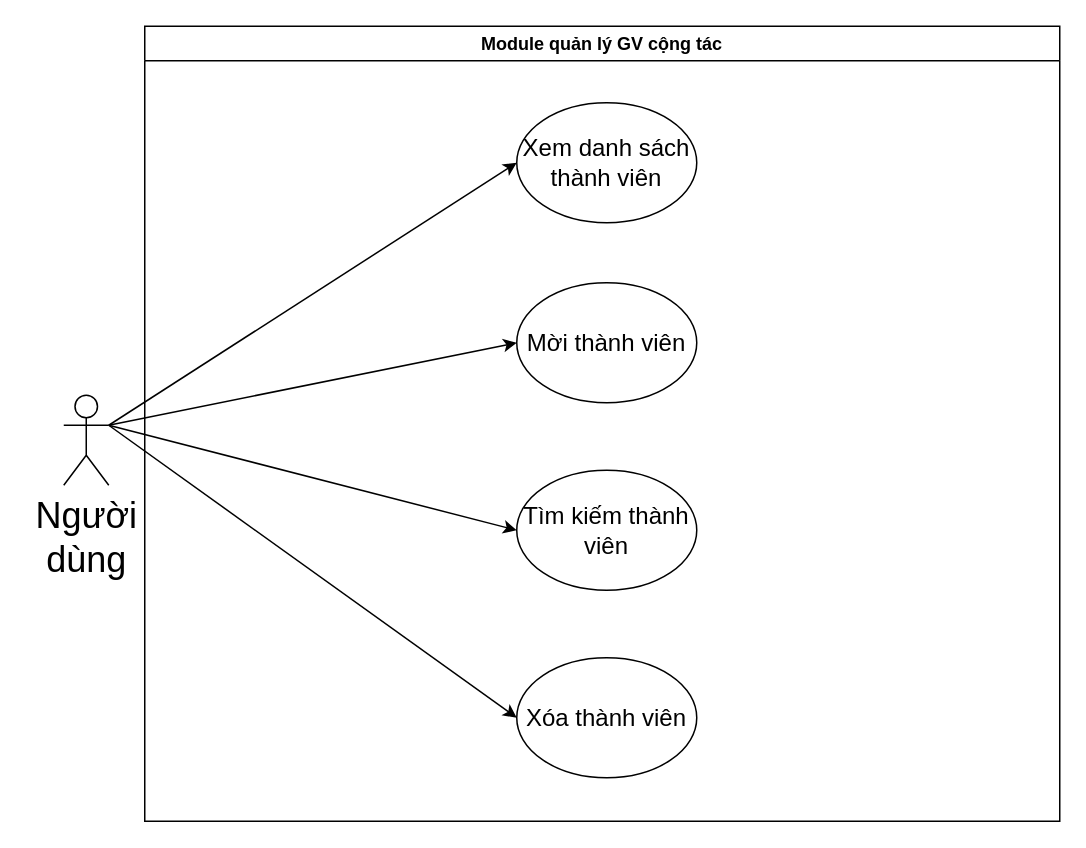
This is page "GV cộng tác" (1 of 6) of Hình/usecasediagram.drawio from VDT1805/ChallengeCreator, a draw.io file, before an edit. Source tidied: cells renumbered, new cells numbered last; positions are measured from the earlier drawing's top-left corner, leaving out a move shared by most shapes. Both pictures are drawn from the tidied source at 150%, with x=0, y=0 at pixel (63, 26).
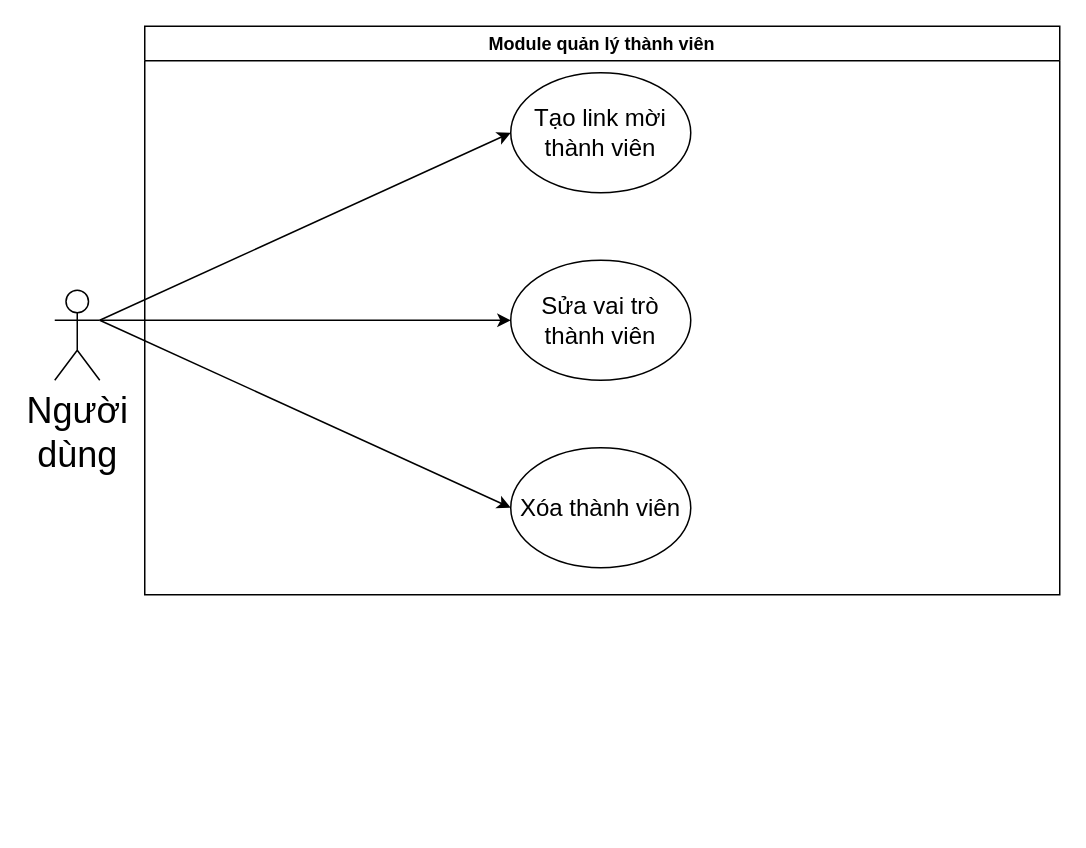
The same diagram, later.

Change to the diagram source:
```diff
@@
 <mxGraphModel>
   <root>
     <mxCell id="0" />
     <mxCell id="1" parent="0" />
-    <mxCell id="2" value="Module quản lý GV cộng tác" style="swimlane;whiteSpace=wrap;html=1;startSize=23;" parent="1" vertex="1">
-      <mxGeometry x="54" width="610" height="530" as="geometry" />
+    <mxCell id="2" value="Module quản lý thành viên" style="swimlane;whiteSpace=wrap;html=1;startSize=23;" parent="1" vertex="1">
+      <mxGeometry x="54" width="610" height="379" as="geometry" />
     </mxCell>
-    <mxCell id="3" value="Mời thành viên" style="ellipse;whiteSpace=wrap;html=1;fontSize=16;" parent="2" vertex="1">
-      <mxGeometry x="248" y="171" width="120" height="80" as="geometry" />
+    <mxCell id="3" value="Tạo link mời thành viên" style="ellipse;whiteSpace=wrap;html=1;fontSize=16;" parent="2" vertex="1">
+      <mxGeometry x="244" y="31" width="120" height="80" as="geometry" />
     </mxCell>
-    <mxCell id="4" value="Xem danh sách thành viên" style="ellipse;whiteSpace=wrap;html=1;fontSize=16;" parent="2" vertex="1">
-      <mxGeometry x="248" y="51" width="120" height="80" as="geometry" />
-    </mxCell>
     <mxCell id="5" value="Xóa thành viên" style="ellipse;whiteSpace=wrap;html=1;fontSize=16;" parent="2" vertex="1">
-      <mxGeometry x="248" y="421" width="120" height="80" as="geometry" />
+      <mxGeometry x="244" y="281" width="120" height="80" as="geometry" />
     </mxCell>
-    <mxCell id="6" value="Tìm kiếm thành viên" style="ellipse;whiteSpace=wrap;html=1;fontSize=16;" parent="2" vertex="1">
-      <mxGeometry x="248" y="296" width="120" height="80" as="geometry" />
+    <mxCell id="6" value="Sửa vai trò thành viên" style="ellipse;whiteSpace=wrap;html=1;fontSize=16;" parent="2" vertex="1">
+      <mxGeometry x="244" y="156" width="120" height="80" as="geometry" />
     </mxCell>
-    <mxCell id="7" style="edgeStyle=none;html=1;exitX=1;exitY=0.3333333333333333;exitDx=0;exitDy=0;exitPerimeter=0;entryX=0;entryY=0.5;entryDx=0;entryDy=0;" parent="1" edge="1" source="11" target="4">
-      <mxGeometry relative="1" as="geometry" />
-    </mxCell>
     <mxCell id="8" style="edgeStyle=none;html=1;exitX=1;exitY=0.3333333333333333;exitDx=0;exitDy=0;exitPerimeter=0;entryX=0;entryY=0.5;entryDx=0;entryDy=0;" parent="1" edge="1" source="11" target="3">
       <mxGeometry relative="1" as="geometry" />
     </mxCell>
     <mxCell id="9" style="edgeStyle=none;html=1;exitX=1;exitY=0.3333333333333333;exitDx=0;exitDy=0;exitPerimeter=0;entryX=0;entryY=0.5;entryDx=0;entryDy=0;" parent="1" edge="1" source="11" target="6">
       <mxGeometry relative="1" as="geometry" />
     </mxCell>
     <mxCell id="10" style="edgeStyle=none;html=1;exitX=1;exitY=0.3333333333333333;exitDx=0;exitDy=0;exitPerimeter=0;entryX=0;entryY=0.5;entryDx=0;entryDy=0;" parent="1" edge="1" source="11" target="5">
       <mxGeometry relative="1" as="geometry" />
     </mxCell>
     <mxCell id="11" value="&lt;div style=&quot;&quot;&gt;&lt;span style=&quot;background-color: initial;&quot;&gt;Người&lt;/span&gt;&lt;/div&gt;&lt;div style=&quot;&quot;&gt;&lt;span style=&quot;background-color: initial;&quot;&gt;dùng&lt;/span&gt;&lt;/div&gt;" style="shape=umlActor;verticalLabelPosition=bottom;verticalAlign=top;html=1;outlineConnect=0;fontSize=24;align=center;" parent="1" vertex="1">
-      <mxGeometry y="246" width="30" height="60" as="geometry" />
+      <mxGeometry x="-6" y="176" width="30" height="60" as="geometry" />
     </mxCell>
   </root>
 </mxGraphModel>
```
